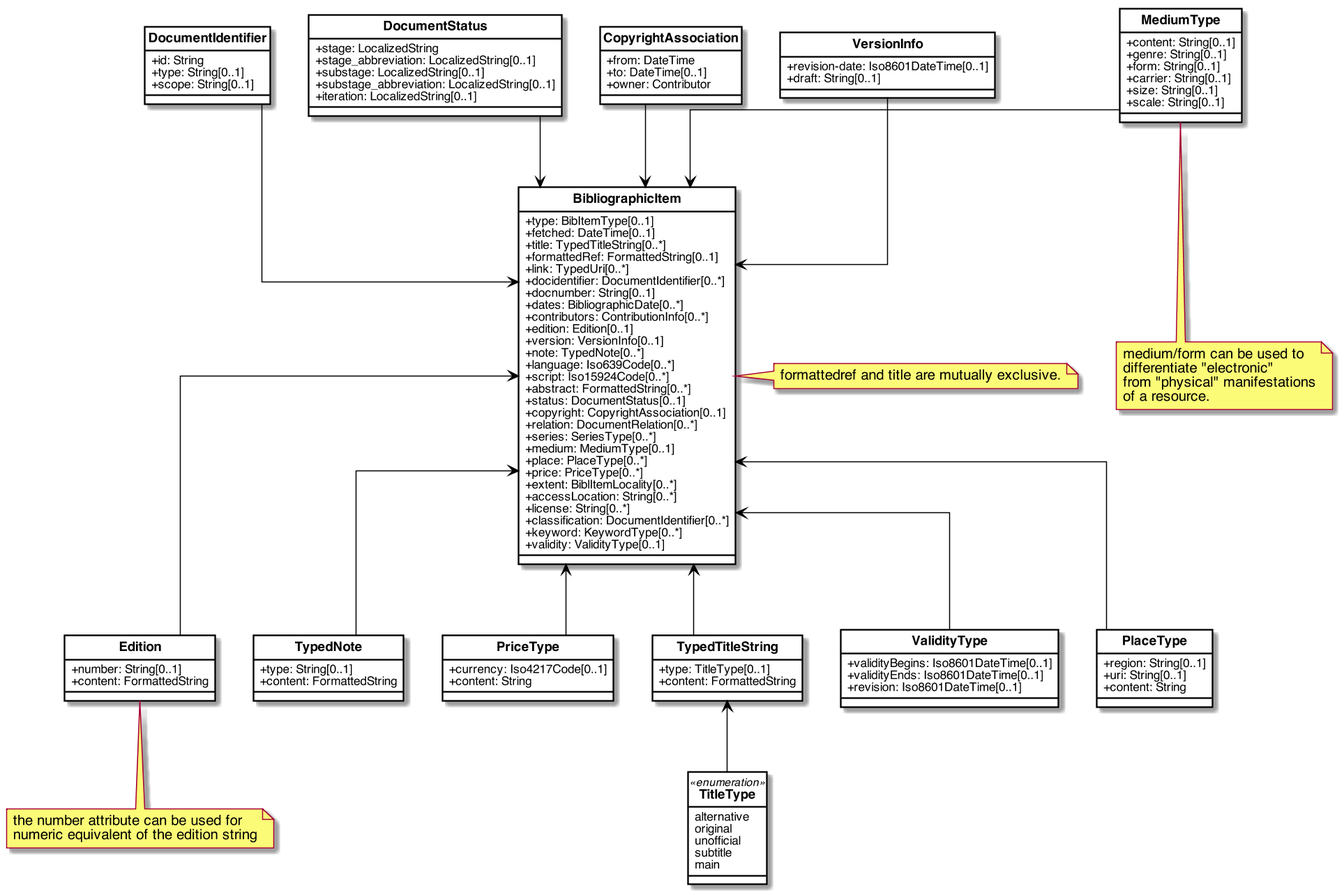
This is images/RelBib_BibliographicItem.png from relaton/relaton-models, a PlantUML export, as it was before one commit.
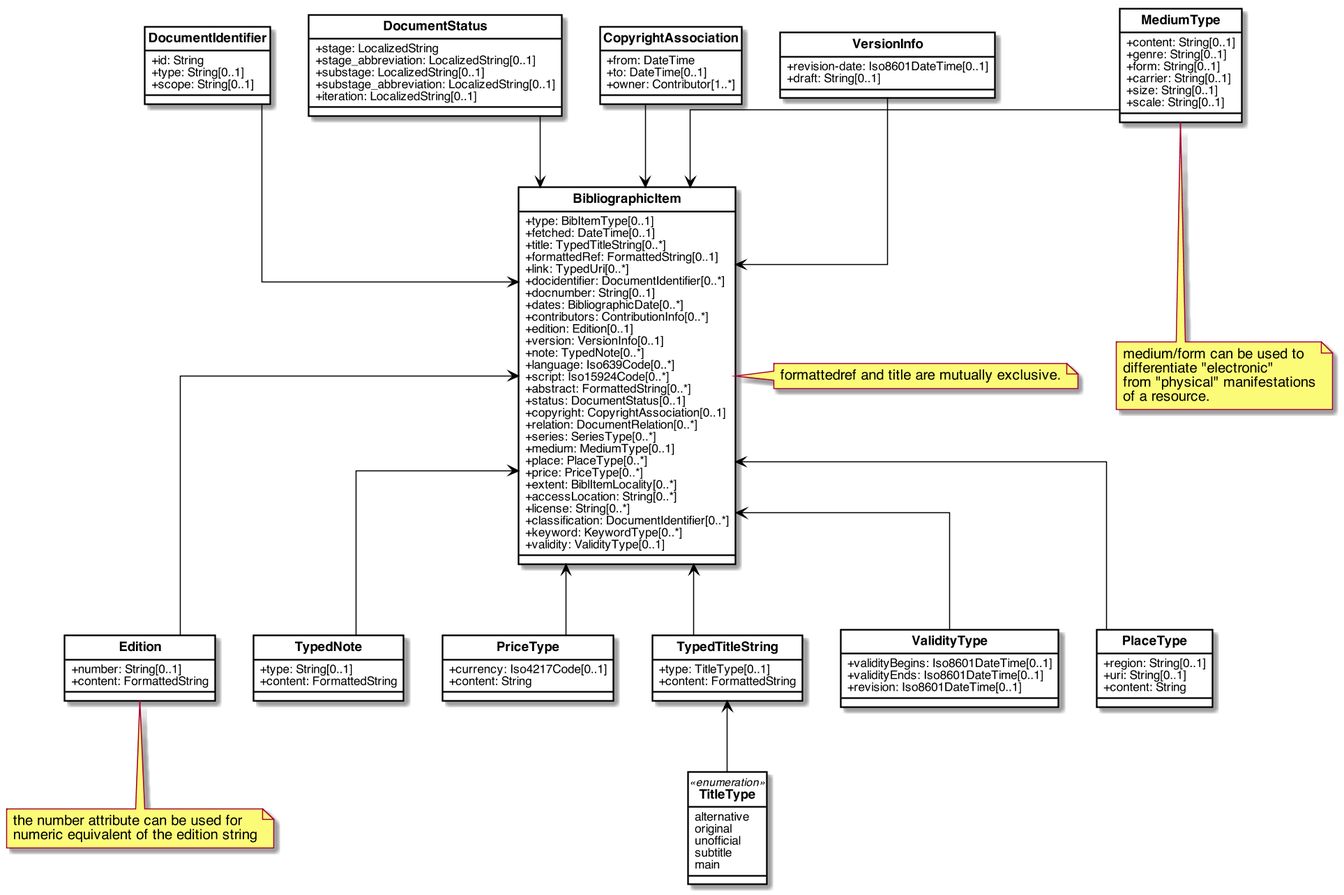
The same diagram one commit later.

Change to the diagram source:
```diff
@@ -99,7 +99,7 @@
 class CopyrightAssociation{
     +from: DateTime
     +to: DateTime[0..1]
-    +owner: Contributor
+    +owner: Contributor[1..*]
 }
 
 class MediumType{
```
